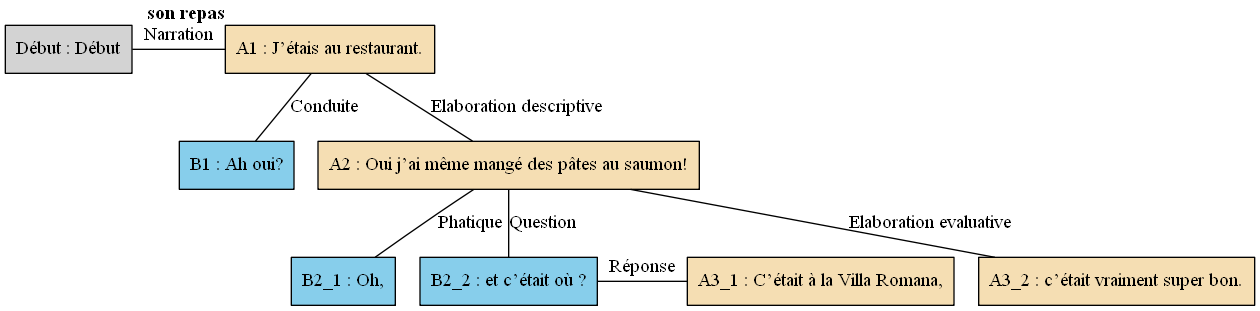
The Graphviz diagram arbres/Bac_a_sable/Bac_a_sable_-_C05.gv.png in AlaixComet/AnnotationSlamPTut, before a commit. Its source is kept beside it as arbres/Bac_a_sable/Bac_a_sable_-_C05.gv.
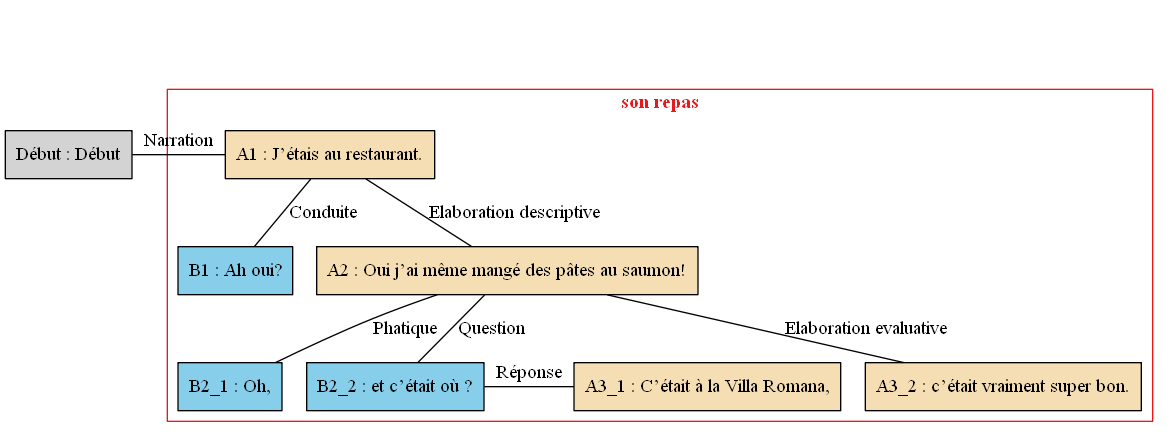
The same file after the commit.

What changed in the source:
```diff
@@ -1,28 +1,36 @@
 digraph C05 {
 	node [shape=box style=filled]
-	"Début" [label="Début : Début" xlabel=""]
-	A1 [label="A1 : J’étais au restaurant." fillcolor=wheat xlabel=<<B>son repas</B>>]
-	B1 [label="B1 : Ah oui?" fillcolor=skyblue xlabel=""]
-	A2 [label="A2 : Oui j’ai même mangé des pâtes au saumon!" fillcolor=wheat xlabel=""]
-	B2_1 [label="B2_1 : Oh," fillcolor=skyblue xlabel=""]
-	B2_2 [label="B2_2 : et c’était où ?" fillcolor=skyblue xlabel=""]
-	A3_1 [label="A3_1 : C’était à la Villa Romana," fillcolor=wheat xlabel=""]
-	A3_2 [label="A3_2 : c’était vraiment super bon." fillcolor=wheat xlabel=""]
-	{
-		rank=same
-		"Début"
+	newrank=true
+	zero [style=invis]
+	"Début" [label="Début : Début"]
+	A1 [label="A1 : J’étais au restaurant." fillcolor=wheat]
+	B1 [label="B1 : Ah oui?" fillcolor=skyblue]
+	A2 [label="A2 : Oui j’ai même mangé des pâtes au saumon!" fillcolor=wheat]
+	B2_1 [label="B2_1 : Oh," fillcolor=skyblue]
+	B2_2 [label="B2_2 : et c’était où ?" fillcolor=skyblue]
+	A3_1 [label="A3_1 : C’était à la Villa Romana," fillcolor=wheat]
+	A3_2 [label="A3_2 : c’était vraiment super bon." fillcolor=wheat]
+	zero -> "Début" [label="" style=invis]
+	zero -> A1 [style=invis weight=1]
+	"Début" -> A1 [label=Narration constraint=false dir=none]
+	A1 -> B1 [label=Conduite dir=none weight=2]
+	A1 -> A2 [label="Elaboration descriptive" dir=none weight=2]
+	A2 -> B2_1 [label=Phatique dir=none weight=2]
+	A2 -> B2_2 [label=Question dir=none weight=2]
+	A2 -> A3_1 [style=invis weight=1]
+	B2_2 -> A3_1 [label="Réponse" constraint=false dir=none]
+	A2 -> A3_2 [label="Elaboration evaluative" dir=none weight=2]
+	subgraph cluster_1 {
+		label=<<B>son repas</B>>
+		colorscheme=set19
+		color=1
+		fontcolor=1
 		A1
-		"Début" -> A1 [label=Narration dir=none]
-	}
-	A1 -> B1 [label=Conduite dir=none]
-	A1 -> A2 [label="Elaboration descriptive" dir=none]
-	A2 -> B2_1 [label=Phatique dir=none]
-	A2 -> B2_2 [label=Question dir=none]
-	{
-		rank=same
+		B1
+		A2
+		B2_1
 		B2_2
 		A3_1
-		B2_2 -> A3_1 [label="Réponse" dir=none]
+		A3_2
 	}
-	A2 -> A3_2 [label="Elaboration evaluative" dir=none]
 }
```
